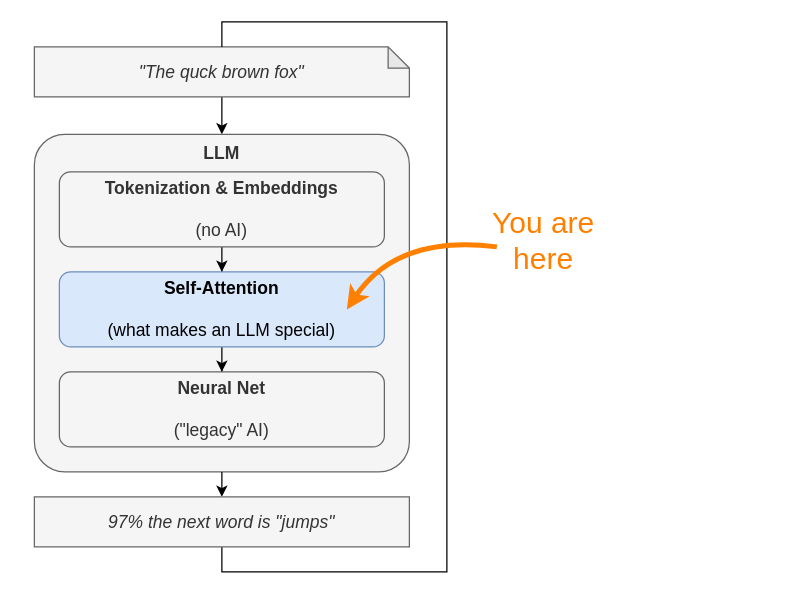
Before: book/images/05/llm-flow-self-attention.drawio in yshavit/llm-notes, a draw.io diagram. Source tidied: cells renumbered, new cells numbered last; positions are measured from the earlier drawing's top-left corner, leaving out a move shared by most shapes. Both pictures are drawn from the tidied source at 125%, with x=0, y=0 at pixel (34, 21).
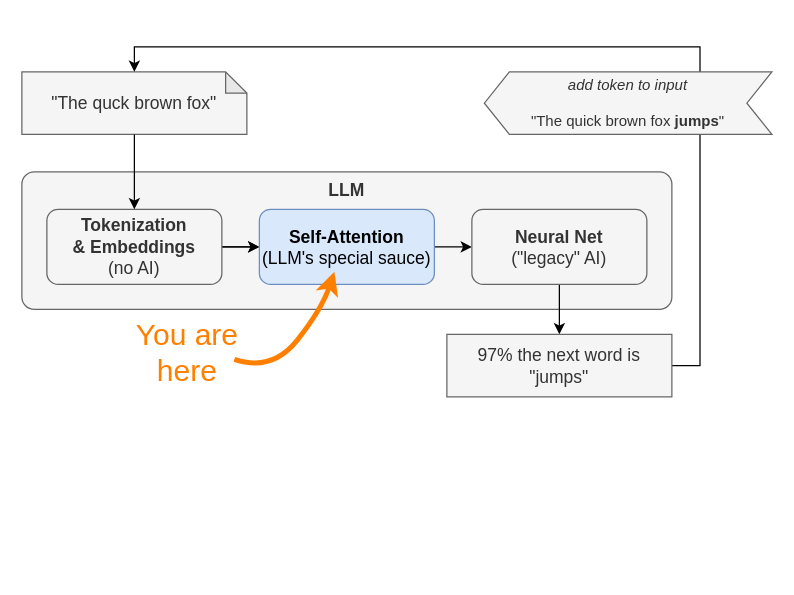
After the change.

Commit message (it also covers changes not shown here):
start working on self-attention

Diff of the diagram source:
```diff
@@
-    <mxCell id="2" style="edgeStyle=orthogonalEdgeStyle;rounded=0;jettySize=auto;html=1;exitX=0.5;exitY=1;exitDx=0;exitDy=0;exitPerimeter=0;entryX=0.5;entryY=0;entryDx=0;entryDy=0;" parent="1" edge="1" source="3" target="4">
-      <mxGeometry relative="1" as="geometry" />
-    </mxCell>
-    <mxCell id="3" value="&quot;The quck brown fox&quot;" style="shape=note;whiteSpace=wrap;html=1;backgroundOutline=1;darkOpacity=0.05;size=17;fillColor=#f5f5f5;strokeColor=#666666;fontSize=14;fontColor=#333333;fontStyle=2;" parent="1" vertex="1">
-      <mxGeometry y="20" width="300" height="40" as="geometry" />
+    <mxCell id="3" value="&quot;The quck brown fox&quot;" style="shape=note;whiteSpace=wrap;html=1;backgroundOutline=1;darkOpacity=0.05;size=17;fillColor=#f5f5f5;strokeColor=#666666;fontSize=14;fontColor=#333333;" parent="1" vertex="1">
+      <mxGeometry x="-10" y="40" width="180" height="50" as="geometry" />
     </mxCell>
     <mxCell id="4" value="LLM" style="rounded=1;whiteSpace=wrap;html=1;fillColor=#f5f5f5;strokeColor=#666666;arcSize=9;verticalAlign=top;fontSize=14;fontStyle=1;labelBackgroundColor=none;fontColor=#333333;" parent="1" vertex="1">
-      <mxGeometry y="90" width="300" height="270" as="geometry" />
+      <mxGeometry x="-10" y="120" width="520" height="110" as="geometry" />
     </mxCell>
-    <mxCell id="5" style="edgeStyle=orthogonalEdgeStyle;rounded=0;jettySize=auto;html=1;" parent="1" edge="1" source="6" target="8">
-      <mxGeometry relative="1" as="geometry" />
-    </mxCell>
+    <mxCell id="15" style="edgeStyle=orthogonalEdgeStyle;rounded=0;jettySize=auto;html=1;" parent="1" edge="1" source="6" target="18">
+      <mxGeometry relative="1" as="geometry" />
+    </mxCell>
+    <mxCell id="16" style="edgeStyle=orthogonalEdgeStyle;rounded=0;jettySize=auto;html=1;" parent="1" edge="1" source="6" target="18">
+      <mxGeometry relative="1" as="geometry" />
+    </mxCell>
-    <mxCell id="6" value="&lt;b&gt;Tokenization &amp;amp; Embeddings&lt;br&gt;&lt;/b&gt;&lt;br&gt;(no AI)" style="rounded=1;whiteSpace=wrap;html=1;fillColor=#f5f5f5;fontColor=#333333;strokeColor=#666666;fontSize=14;" parent="1" vertex="1">
-      <mxGeometry x="20" y="120" width="260" height="60" as="geometry" />
+    <mxCell id="6" value="&lt;b&gt;Tokenization&lt;br&gt;&amp;amp; Embeddings&lt;/b&gt;&lt;br&gt;(no AI)" style="rounded=1;whiteSpace=wrap;html=1;fillColor=#f5f5f5;strokeColor=#666666;fontSize=14;fontColor=#333333;" parent="1" vertex="1">
+      <mxGeometry x="10" y="150" width="140" height="60" as="geometry" />
     </mxCell>
-    <mxCell id="7" style="edgeStyle=orthogonalEdgeStyle;rounded=0;jettySize=auto;html=1;" parent="1" edge="1" source="8" target="10">
-      <mxGeometry relative="1" as="geometry" />
-    </mxCell>
-    <mxCell id="8" value="&lt;b&gt;Self-Attention&lt;br&gt;&lt;/b&gt;&lt;br&gt;(what makes an LLM special)" style="rounded=1;whiteSpace=wrap;html=1;fillColor=#dae8fc;strokeColor=#6c8ebf;fontSize=14;" parent="1" vertex="1">
-      <mxGeometry x="20" y="200" width="260" height="60" as="geometry" />
-    </mxCell>
-    <mxCell id="9" style="edgeStyle=orthogonalEdgeStyle;rounded=0;jettySize=auto;html=1;exitX=0.5;exitY=1;exitDx=0;exitDy=0;entryX=0.5;entryY=0;entryDx=0;entryDy=0;" parent="1" edge="1" source="4" target="12">
-      <mxGeometry relative="1" as="geometry" />
-    </mxCell>
+    <mxCell id="17" style="edgeStyle=orthogonalEdgeStyle;rounded=0;jettySize=auto;html=1;" parent="1" edge="1" source="18" target="10">
+      <mxGeometry relative="1" as="geometry" />
+    </mxCell>
+    <mxCell id="18" value="&lt;b&gt;Self-Attention&lt;/b&gt;&lt;br&gt;(LLM's special sauce)" style="rounded=1;whiteSpace=wrap;html=1;fillColor=#dae8fc;strokeColor=#6c8ebf;fontSize=14;" parent="1" vertex="1">
+      <mxGeometry x="180" y="150" width="140" height="60" as="geometry" />
+    </mxCell>
+    <mxCell id="19" style="edgeStyle=orthogonalEdgeStyle;rounded=0;jettySize=auto;html=1;" parent="1" edge="1" source="10" target="12">
+      <mxGeometry relative="1" as="geometry" />
+    </mxCell>
-    <mxCell id="10" value="&lt;b&gt;Neural Net&lt;br&gt;&lt;/b&gt;&lt;br&gt;(&quot;legacy&quot; AI)" style="rounded=1;whiteSpace=wrap;html=1;fillColor=#f5f5f5;fontColor=#333333;strokeColor=#666666;fontSize=14;" parent="1" vertex="1">
-      <mxGeometry x="20" y="280" width="260" height="60" as="geometry" />
+    <mxCell id="10" value="&lt;b&gt;Neural Net&lt;/b&gt;&lt;br&gt;(&quot;legacy&quot; AI)" style="rounded=1;whiteSpace=wrap;html=1;fillColor=#f5f5f5;fontColor=#333333;strokeColor=#666666;fontSize=14;" parent="1" vertex="1">
+      <mxGeometry x="350" y="150" width="140" height="60" as="geometry" />
     </mxCell>
-    <mxCell id="11" style="edgeStyle=orthogonalEdgeStyle;rounded=0;jettySize=auto;html=1;exitX=0.5;exitY=1;exitDx=0;exitDy=0;entryX=0.5;entryY=0;entryDx=0;entryDy=0;endArrow=none;endFill=0;entryPerimeter=0;" parent="1" edge="1" source="12" target="3">
-      <mxGeometry relative="1" as="geometry">
-        <Array as="points">
-          <mxPoint x="150" y="440" />
-          <mxPoint x="330" y="440" />
-          <mxPoint x="330" />
-          <mxPoint x="150" />
-        </Array>
-      </mxGeometry>
-    </mxCell>
+    <mxCell id="20" style="edgeStyle=orthogonalEdgeStyle;rounded=0;jettySize=auto;html=1;exitX=1;exitY=0.5;exitDx=0;exitDy=0;entryX=0.75;entryY=1;entryDx=0;entryDy=0;endArrow=none;endFill=0;" parent="1" edge="1" source="12" target="22">
+      <mxGeometry relative="1" as="geometry" />
+    </mxCell>
-    <mxCell id="12" value="97% the next word is &quot;jumps&quot;" style="rounded=0;whiteSpace=wrap;html=1;fontSize=14;fillColor=#f5f5f5;strokeColor=#666666;fontColor=#333333;fontStyle=2;" parent="1" vertex="1">
-      <mxGeometry y="380" width="300" height="40" as="geometry" />
+    <mxCell id="12" value="97% the next word is &quot;jumps&quot;" style="rounded=0;whiteSpace=wrap;html=1;fontSize=14;fillColor=#f5f5f5;strokeColor=#666666;fontColor=#333333;" parent="1" vertex="1">
+      <mxGeometry x="330" y="250" width="180" height="50" as="geometry" />
     </mxCell>
-    <mxCell id="13" style="curved=1;endArrow=classic;html=1;rounded=0;endFill=1;strokeWidth=4;fillColor=#d80073;strokeColor=#FF8000;startFill=1;comic=0;" parent="1" edge="1">
-      <mxGeometry relative="1" as="geometry">
-        <mxPoint x="370" y="180" as="sourcePoint" />
-        <mxPoint x="250" y="230" as="targetPoint" />
-        <Array as="points">
-          <mxPoint x="290" y="170" />
-        </Array>
-      </mxGeometry>
-    </mxCell>
+    <mxCell id="21" style="edgeStyle=orthogonalEdgeStyle;rounded=0;jettySize=auto;html=1;exitX=0.75;exitY=0;exitDx=0;exitDy=0;entryX=0.5;entryY=0;entryDx=0;entryDy=0;entryPerimeter=0;" parent="1" edge="1" source="22" target="3">
+      <mxGeometry relative="1" as="geometry" />
+    </mxCell>
+    <mxCell id="22" value="&lt;i&gt;add token to input&lt;/i&gt;&lt;div&gt;&lt;br&gt;&lt;/div&gt;&lt;div&gt;&quot;The quick brown fox &lt;b&gt;jumps&lt;/b&gt;&quot;&lt;/div&gt;" style="shape=step;perimeter=stepPerimeter;whiteSpace=wrap;html=1;fixedSize=1;fillColor=#f5f5f5;strokeColor=#666666;size=20;flipH=1;fontColor=#333333;" parent="1" vertex="1">
+      <mxGeometry x="360" y="40" width="230" height="50" as="geometry" />
+    </mxCell>
+    <mxCell id="23" style="edgeStyle=orthogonalEdgeStyle;rounded=0;jettySize=auto;html=1;exitX=0.5;exitY=1;exitDx=0;exitDy=0;exitPerimeter=0;entryX=0.5;entryY=0;entryDx=0;entryDy=0;" parent="1" edge="1" source="3" target="6">
+      <mxGeometry relative="1" as="geometry" />
+    </mxCell>
+    <mxCell id="24" style="curved=1;endArrow=classic;html=1;rounded=0;endFill=1;strokeWidth=4;fillColor=#d80073;strokeColor=#FF8000;startFill=1;comic=0;" parent="1" edge="1">
+      <mxGeometry relative="1" as="geometry">
+        <mxPoint x="160" y="270" as="sourcePoint" />
+        <mxPoint x="240" y="200" as="targetPoint" />
+        <Array as="points">
+          <mxPoint x="190" y="280" />
+          <mxPoint x="230" y="230" />
+        </Array>
+      </mxGeometry>
+    </mxCell>
     <mxCell id="14" value="You are here" style="text;strokeColor=none;fillColor=none;align=center;verticalAlign=middle;rounded=0;fontSize=24;fontColor=#FF8000;labelBorderColor=none;textShadow=0;horizontal=1;glass=0;shadow=0;labelBackgroundColor=none;whiteSpace=wrap;html=1;convertToSvg=0;" parent="1" vertex="1">
-      <mxGeometry x="360" y="160" width="95" height="30" as="geometry" />
+      <mxGeometry x="75" y="250" width="95" height="30" as="geometry" />
     </mxCell>
```
